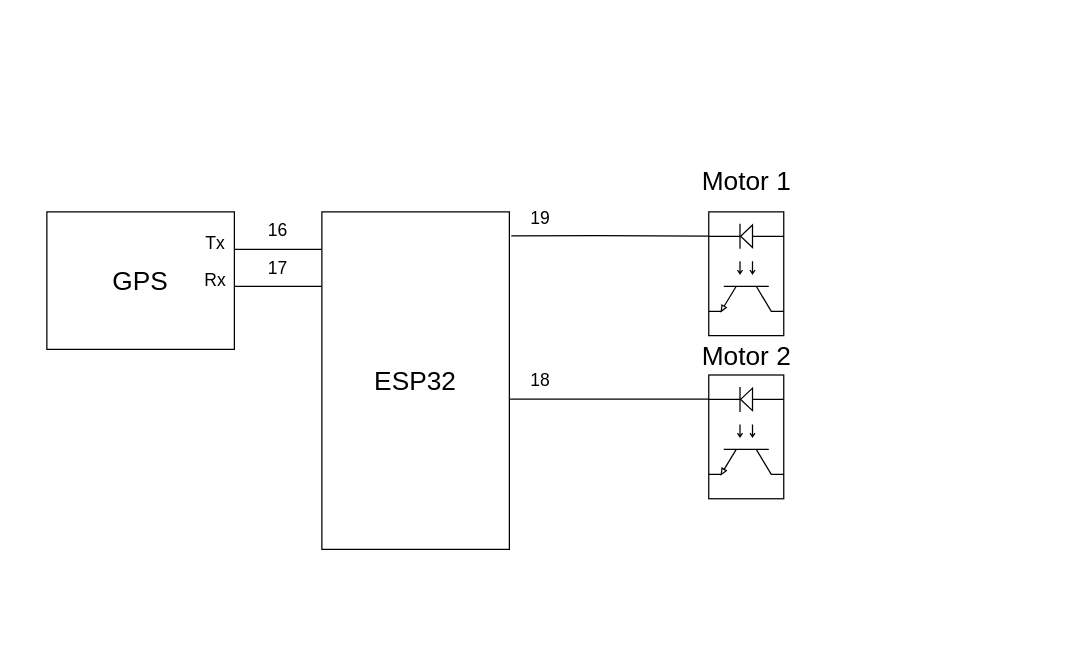
Earlier version of the draw.io diagram Untitled Diagram.drawio (dahmadjid/esp32-idf-codes). Source tidied: cells renumbered, new cells numbered last; positions are measured from the earlier drawing's top-left corner, leaving out a move shared by most shapes. Both pictures are drawn from the tidied source at 125%, with x=0, y=0 at pixel (46, 124).
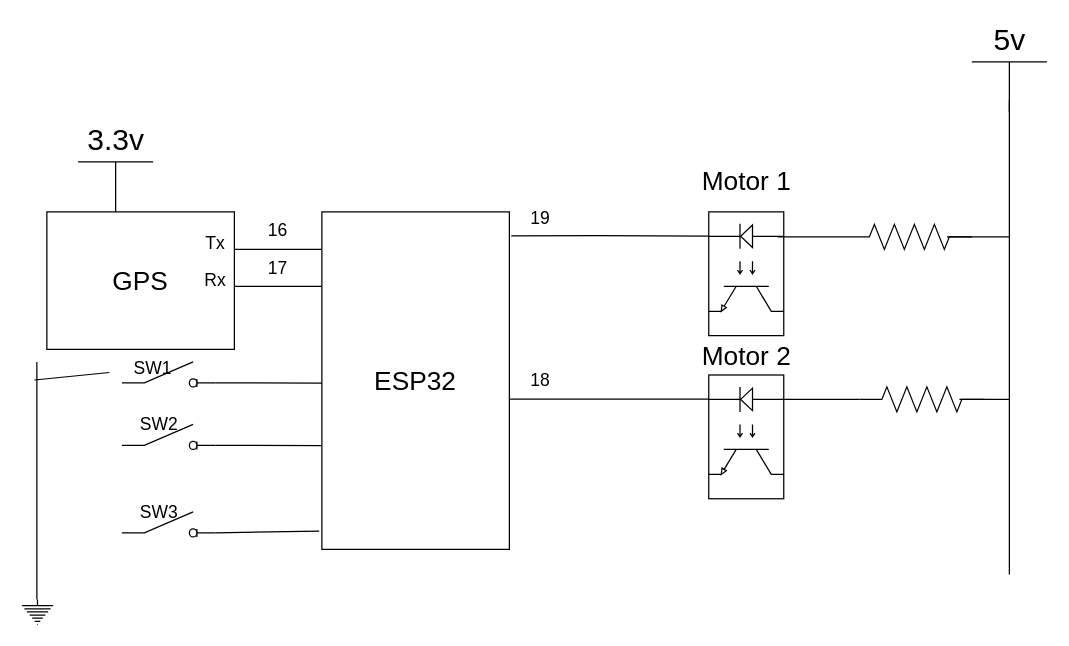
The same diagram, later.

Unchanged cells that the change refers to:
```xml
<mxCell id="4" style="rounded=0;whiteSpace=wrap;html=1;direction=south;" parent="1" vertex="1">
  <mxGeometry x="220" y="70" width="150" height="270" as="geometry" />
</mxCell>
<mxCell id="8" value="&lt;font style=&quot;font-size: 21px&quot;&gt;Motor 1&lt;/font&gt;" style="text;html=1;strokeColor=none;fillColor=none;align=center;verticalAlign=middle;whiteSpace=wrap;rounded=0;strokeWidth=1;" parent="1" vertex="1">
  <mxGeometry x="509.5" width="100" height="90" as="geometry" />
</mxCell>
```

Diff of the diagram source:
```diff
@@
+    <mxCell id="20" style="endArrow=none;html=1;rounded=0;fontSize=14;" parent="1" edge="1">
+      <mxGeometry relative="1" as="geometry">
+        <mxPoint x="770" y="360" as="sourcePoint" />
+        <mxPoint x="770" y="-20" as="targetPoint" />
+      </mxGeometry>
+    </mxCell>
+    <mxCell id="21" value="5v" style="verticalLabelPosition=top;verticalAlign=bottom;shape=mxgraph.electrical.signal_sources.vdd;shadow=0;dashed=0;align=center;strokeWidth=1;fontSize=24;html=1;flipV=1;" parent="1" vertex="1">
+      <mxGeometry x="740" y="-50" width="60" height="40" as="geometry" />
+    </mxCell>
+    <mxCell id="22" style="endArrow=none;html=1;rounded=0;fontSize=14;exitX=0.75;exitY=1;exitDx=0;exitDy=0;" parent="1" edge="1" source="8" target="24">
+      <mxGeometry relative="1" as="geometry" />
+    </mxCell>
+    <mxCell id="23" style="endArrow=none;html=1;rounded=0;fontSize=14;exitX=0.75;exitY=1;exitDx=0;exitDy=0;" parent="1" edge="1">
+      <mxGeometry relative="1" as="geometry">
+        <mxPoint x="589.5" y="220" as="sourcePoint" />
+        <mxPoint x="650" y="220" as="targetPoint" />
+      </mxGeometry>
+    </mxCell>
+    <mxCell id="24" style="verticalLabelPosition=bottom;shadow=0;dashed=0;align=center;html=1;verticalAlign=top;shape=mxgraph.electrical.resistors.resistor_2;fontSize=14;strokeWidth=1;" parent="1" vertex="1">
+      <mxGeometry x="640" y="80" width="100" height="20" as="geometry" />
+    </mxCell>
+    <mxCell id="25" style="endArrow=none;html=1;rounded=0;fontSize=14;exitX=0.75;exitY=1;exitDx=0;exitDy=0;" parent="1" edge="1">
+      <mxGeometry relative="1" as="geometry">
+        <mxPoint x="720" y="90" as="sourcePoint" />
+        <mxPoint x="770" y="90" as="targetPoint" />
+      </mxGeometry>
+    </mxCell>
+    <mxCell id="26" style="verticalLabelPosition=bottom;shadow=0;dashed=0;align=center;html=1;verticalAlign=top;shape=mxgraph.electrical.resistors.resistor_2;fontSize=14;strokeWidth=1;" parent="1" vertex="1">
+      <mxGeometry x="650" y="210" width="100" height="20" as="geometry" />
+    </mxCell>
+    <mxCell id="27" style="endArrow=none;html=1;rounded=0;fontSize=14;exitX=0.75;exitY=1;exitDx=0;exitDy=0;" parent="1" edge="1">
+      <mxGeometry relative="1" as="geometry">
+        <mxPoint x="730" y="220" as="sourcePoint" />
+        <mxPoint x="770" y="220" as="targetPoint" />
+      </mxGeometry>
+    </mxCell>
+    <mxCell id="28" value="3.3v" style="verticalLabelPosition=top;verticalAlign=bottom;shape=mxgraph.electrical.signal_sources.vdd;shadow=0;dashed=0;align=center;strokeWidth=1;fontSize=24;html=1;flipV=1;" parent="1" vertex="1">
+      <mxGeometry x="25" y="30" width="60" height="40" as="geometry" />
+    </mxCell>
+    <mxCell id="29" style="shape=mxgraph.electrical.electro-mechanical.switchDisconnector;elSwitchState=off;fontSize=14;strokeWidth=1;" parent="1" vertex="1">
+      <mxGeometry x="60" y="190" width="75" height="20" as="geometry" />
+    </mxCell>
+    <mxCell id="30" style="shape=mxgraph.electrical.electro-mechanical.switchDisconnector;elSwitchState=off;fontSize=14;strokeWidth=1;" parent="1" vertex="1">
+      <mxGeometry x="60" y="240" width="75" height="20" as="geometry" />
+    </mxCell>
+    <mxCell id="31" style="shape=mxgraph.electrical.electro-mechanical.switchDisconnector;elSwitchState=off;fontSize=14;strokeWidth=1;" parent="1" vertex="1">
+      <mxGeometry x="60" y="310" width="75" height="20" as="geometry" />
+    </mxCell>
+    <mxCell id="32" style="endArrow=none;html=1;rounded=0;exitX=1;exitY=0.84;exitDx=0;exitDy=0;" parent="1" edge="1" source="29">
+      <mxGeometry relative="1" as="geometry">
+        <mxPoint x="220" y="207" as="targetPoint" />
+      </mxGeometry>
+    </mxCell>
+    <mxCell id="33" style="endArrow=none;html=1;rounded=0;exitX=1;exitY=0.84;exitDx=0;exitDy=0;" parent="1" edge="1" source="30">
+      <mxGeometry relative="1" as="geometry">
+        <mxPoint x="220" y="257" as="targetPoint" />
+      </mxGeometry>
+    </mxCell>
+    <mxCell id="34" style="endArrow=none;html=1;rounded=0;exitX=1;exitY=0.84;exitDx=0;exitDy=0;entryX=0.946;entryY=1.014;entryDx=0;entryDy=0;entryPerimeter=0;" parent="1" edge="1" source="31" target="4">
+      <mxGeometry relative="1" as="geometry" />
+    </mxCell>
+    <mxCell id="35" value="&lt;font style=&quot;font-size: 14px&quot;&gt;SW1&lt;br&gt;&lt;/font&gt;" style="text;html=1;strokeColor=none;fillColor=none;align=center;verticalAlign=middle;whiteSpace=wrap;rounded=0;strokeWidth=1;" parent="1" vertex="1">
+      <mxGeometry x="50" y="170" width="70" height="50" as="geometry" />
+    </mxCell>
+    <mxCell id="36" value="&lt;font style=&quot;font-size: 14px&quot;&gt;SW2&lt;/font&gt;" style="text;html=1;strokeColor=none;fillColor=none;align=center;verticalAlign=middle;whiteSpace=wrap;rounded=0;strokeWidth=1;" parent="1" vertex="1">
+      <mxGeometry x="55" y="220" width="70" height="40" as="geometry" />
+    </mxCell>
+    <mxCell id="37" value="&lt;span style=&quot;font-size: 14px&quot;&gt;SW3&lt;/span&gt;" style="text;html=1;strokeColor=none;fillColor=none;align=center;verticalAlign=middle;whiteSpace=wrap;rounded=0;strokeWidth=1;" parent="1" vertex="1">
+      <mxGeometry x="55" y="290" width="70" height="40" as="geometry" />
+    </mxCell>
+    <mxCell id="38" style="endArrow=none;html=1;rounded=0;fontSize=14;" parent="1" edge="1">
+      <mxGeometry relative="1" as="geometry">
+        <mxPoint x="-8" y="380" as="sourcePoint" />
+        <mxPoint x="-8" y="190" as="targetPoint" />
+      </mxGeometry>
+    </mxCell>
+    <mxCell id="39" style="verticalLabelPosition=bottom;shadow=0;dashed=0;align=center;html=1;verticalAlign=top;shape=mxgraph.electrical.signal_sources.protective_earth;fontSize=14;strokeWidth=1;" parent="1" vertex="1">
+      <mxGeometry x="-20" y="380" width="25" height="20" as="geometry" />
+    </mxCell>
+    <mxCell id="40" style="endArrow=none;html=1;rounded=0;fontSize=14;" parent="1" edge="1" target="35">
+      <mxGeometry relative="1" as="geometry">
+        <mxPoint x="-10" y="204.5" as="sourcePoint" />
+      </mxGeometry>
+    </mxCell>
```
